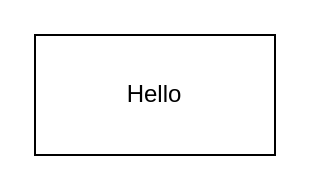
Before: doc/toplevel.drawio in tjarker/edge-detection-accelerator, a draw.io diagram. Source tidied: cells renumbered, new cells numbered last; positions are measured from the earlier drawing's top-left corner, leaving out a move shared by most shapes. Both pictures are drawn from the tidied source at 200%, with x=0, y=0 at pixel (34, 34).
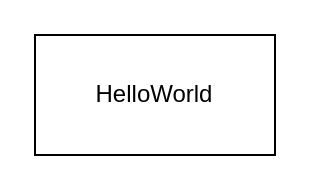
The same diagram, later.

Change to the diagram source:
```diff
@@
 <mxGraphModel>
   <root>
     <mxCell id="0" />
     <mxCell id="1" parent="0" />
-    <mxCell id="2" value="Hello" style="rounded=0;whiteSpace=wrap;html=1;" parent="1" vertex="1">
+    <mxCell id="2" value="HelloWorld" style="rounded=0;whiteSpace=wrap;html=1;" parent="1" vertex="1">
       <mxGeometry width="120" height="60" as="geometry" />
     </mxCell>
   </root>
 </mxGraphModel>
```
